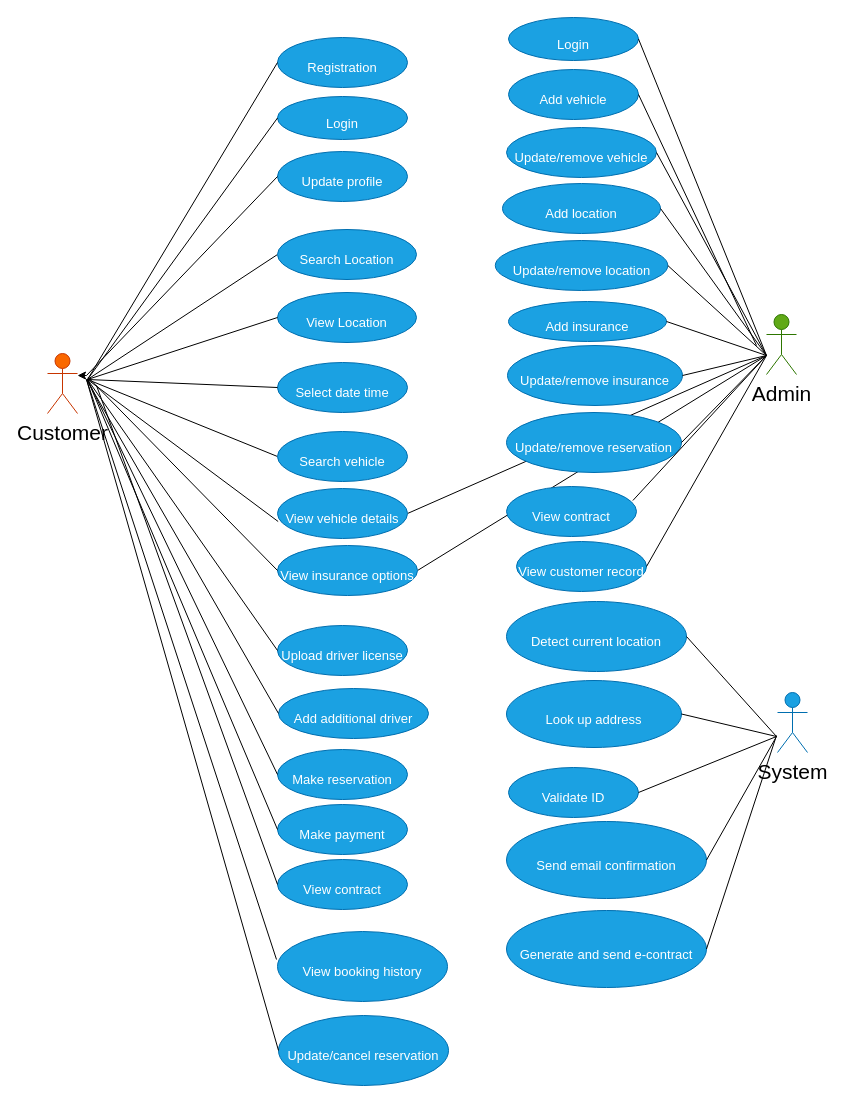
The draw.io diagram page "Use case diagram" (3 of 6) of OnlineCarReservaction.drawio in nguyenha1311/ha-diagrams, before the edit. Source tidied: cells renumbered, new cells numbered last; positions are measured from the earlier drawing's top-left corner, leaving out a move shared by most shapes. Both pictures are drawn from the tidied source at 100%, with x=0, y=0 at pixel (47, 17).
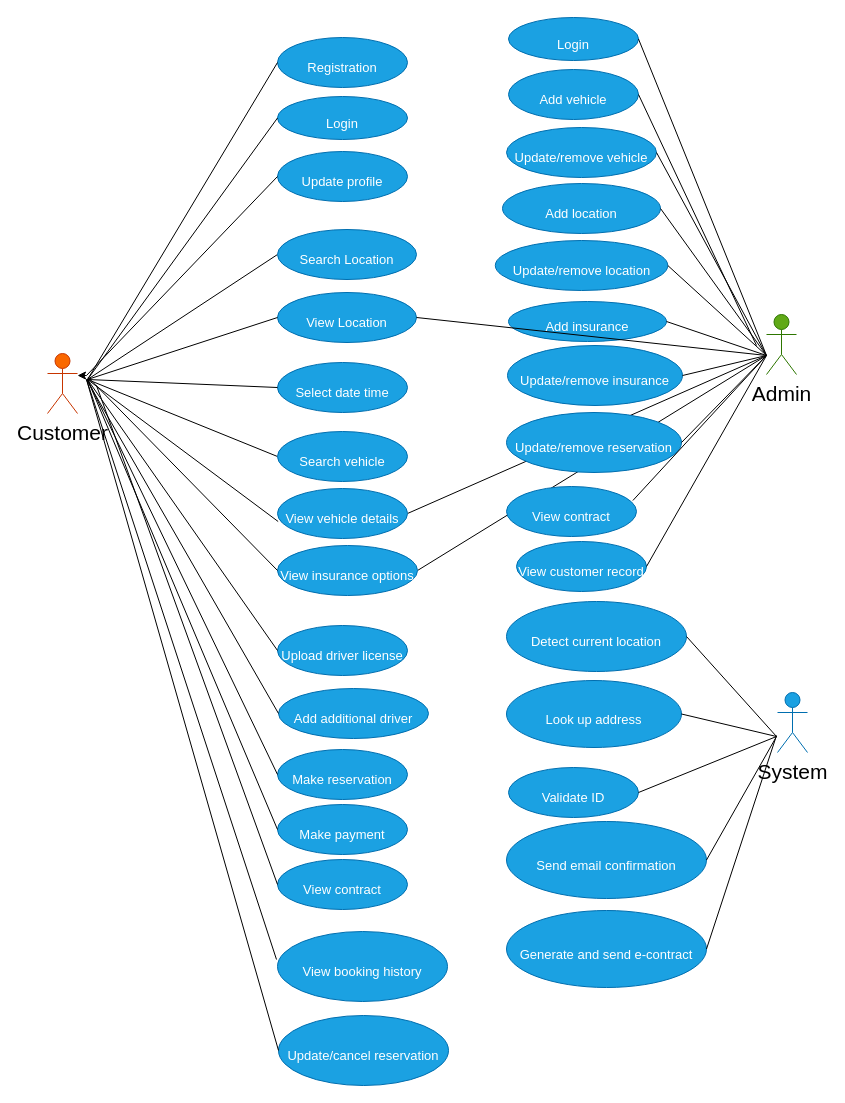
The same page after the edit.

Unchanged cells that the change refers to:
```xml
<mxCell id="6" value="&lt;div style=&quot;&quot;&gt;&lt;span style=&quot;background-color: initial;&quot;&gt;&lt;font style=&quot;font-size: 13px;&quot;&gt;View Location&lt;/font&gt;&lt;/span&gt;&lt;/div&gt;" style="ellipse;whiteSpace=wrap;html=1;fontSize=29;fillColor=#1ba1e2;strokeColor=#006EAF;align=center;fontColor=#ffffff;" parent="1" vertex="1">
  <mxGeometry x="230" y="275" width="139" height="50" as="geometry" />
</mxCell>
```

What changed in the source:
```diff
@@
+    <mxCell id="70" style="endArrow=none;html=1;rounded=0;fontSize=21;fontColor=#000000;exitX=1;exitY=0.5;exitDx=0;exitDy=0;" parent="1" edge="1" source="6">
+      <mxGeometry relative="1" as="geometry">
+        <mxPoint x="719" y="338" as="targetPoint" />
+      </mxGeometry>
+    </mxCell>
```
